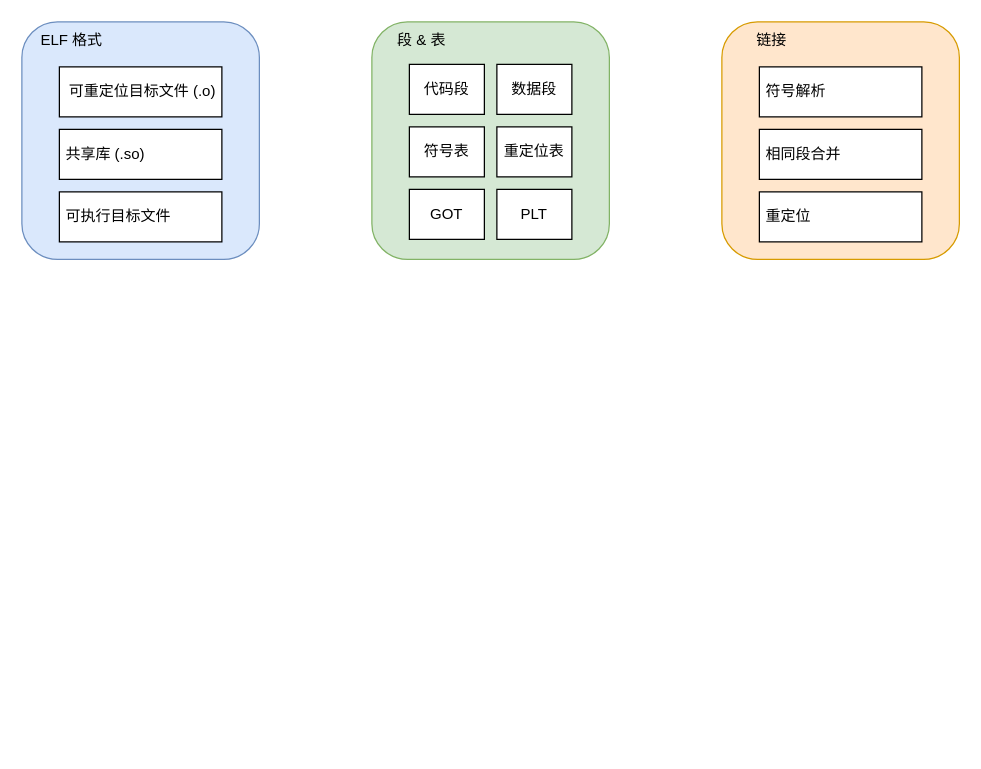
The draw.io diagram elf_learning.drawio in ZiqingYip/moment, before the edit. Source tidied: cells renumbered, new cells numbered last; positions are measured from the earlier drawing's top-left corner, leaving out a move shared by most shapes. Both pictures are drawn from the tidied source at 125%, with x=0, y=0 at pixel (21, 21).
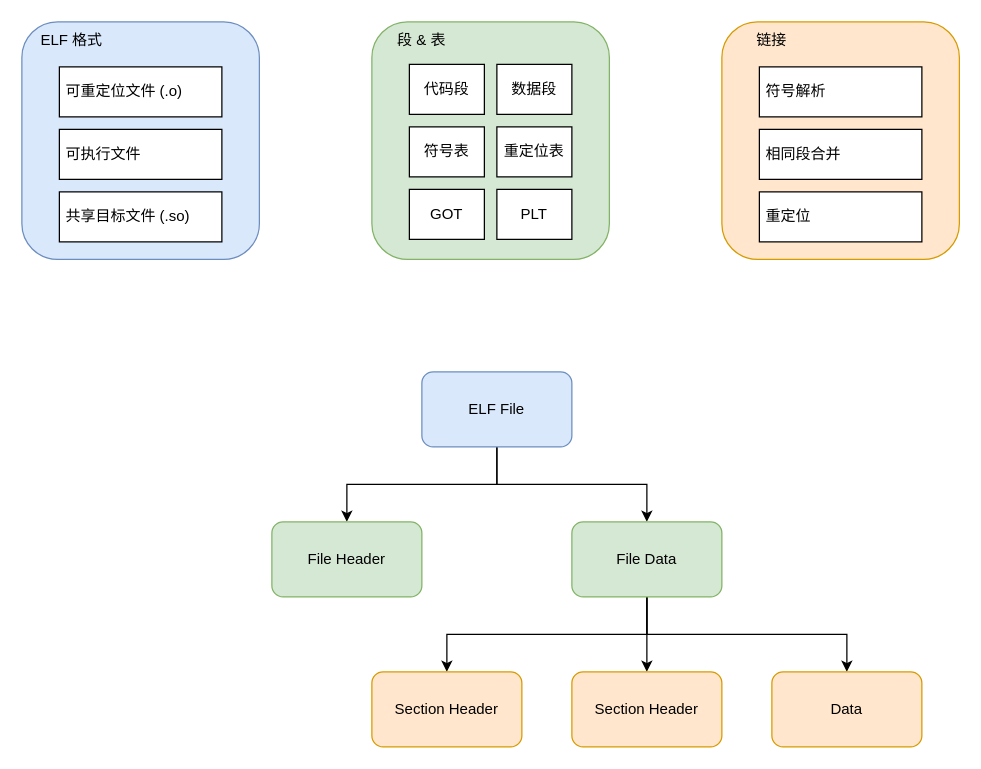
After the change.

Diff of the diagram source:
```diff
@@
-    <mxCell id="3" value="&amp;nbsp;可重定位目标文件 (.o)" style="rounded=0;whiteSpace=wrap;html=1;" parent="1" vertex="1">
+    <mxCell id="3" value="&amp;nbsp;可重定位文件 (.o)" style="rounded=0;whiteSpace=wrap;html=1;align=left;" parent="1" vertex="1">
       <mxGeometry x="30" y="36" width="130" height="40" as="geometry" />
     </mxCell>
-    <mxCell id="4" value="&amp;nbsp;共享库 (.so)" style="rounded=0;whiteSpace=wrap;html=1;align=left;" parent="1" vertex="1">
+    <mxCell id="4" value="&amp;nbsp;可执行文件" style="rounded=0;whiteSpace=wrap;html=1;align=left;" parent="1" vertex="1">
       <mxGeometry x="30" y="86" width="130" height="40" as="geometry" />
     </mxCell>
-    <mxCell id="5" value="&amp;nbsp;可执行目标文件" style="rounded=0;whiteSpace=wrap;html=1;align=left;" parent="1" vertex="1">
+    <mxCell id="5" value="&amp;nbsp;共享目标文件 (.so)" style="rounded=0;whiteSpace=wrap;html=1;align=left;" parent="1" vertex="1">
       <mxGeometry x="30" y="136" width="130" height="40" as="geometry" />
     </mxCell>
@@
+    <mxCell id="20" style="edgeStyle=orthogonalEdgeStyle;rounded=0;jettySize=auto;html=1;exitX=0.5;exitY=1;exitDx=0;exitDy=0;" parent="1" edge="1" source="22" target="23">
+      <mxGeometry relative="1" as="geometry" />
+    </mxCell>
+    <mxCell id="21" style="edgeStyle=orthogonalEdgeStyle;rounded=0;jettySize=auto;html=1;exitX=0.5;exitY=1;exitDx=0;exitDy=0;" parent="1" edge="1" source="22" target="27">
+      <mxGeometry relative="1" as="geometry" />
+    </mxCell>
+    <mxCell id="22" value="ELF File" style="rounded=1;whiteSpace=wrap;html=1;fillColor=#dae8fc;strokeColor=#6c8ebf;" parent="1" vertex="1">
+      <mxGeometry x="320" y="280" width="120" height="60" as="geometry" />
+    </mxCell>
+    <mxCell id="23" value="File Header" style="rounded=1;whiteSpace=wrap;html=1;fillColor=#d5e8d4;strokeColor=#82b366;" parent="1" vertex="1">
+      <mxGeometry x="200" y="400" width="120" height="60" as="geometry" />
+    </mxCell>
+    <mxCell id="24" style="edgeStyle=orthogonalEdgeStyle;rounded=0;jettySize=auto;html=1;exitX=0.5;exitY=1;exitDx=0;exitDy=0;entryX=0.5;entryY=0;entryDx=0;entryDy=0;" parent="1" edge="1" source="27" target="29">
+      <mxGeometry relative="1" as="geometry" />
+    </mxCell>
+    <mxCell id="25" style="edgeStyle=orthogonalEdgeStyle;rounded=0;jettySize=auto;html=1;exitX=0.5;exitY=1;exitDx=0;exitDy=0;" parent="1" edge="1" source="27" target="28">
+      <mxGeometry relative="1" as="geometry" />
+    </mxCell>
+    <mxCell id="26" style="edgeStyle=orthogonalEdgeStyle;rounded=0;jettySize=auto;html=1;exitX=0.5;exitY=1;exitDx=0;exitDy=0;entryX=0.5;entryY=0;entryDx=0;entryDy=0;" parent="1" edge="1" source="27" target="30">
+      <mxGeometry relative="1" as="geometry" />
+    </mxCell>
+    <mxCell id="27" value="File Data" style="rounded=1;whiteSpace=wrap;html=1;fillColor=#d5e8d4;strokeColor=#82b366;" parent="1" vertex="1">
+      <mxGeometry x="440" y="400" width="120" height="60" as="geometry" />
+    </mxCell>
+    <mxCell id="28" value="Section Header" style="rounded=1;whiteSpace=wrap;html=1;fillColor=#ffe6cc;strokeColor=#d79b00;" parent="1" vertex="1">
+      <mxGeometry x="280" y="520" width="120" height="60" as="geometry" />
+    </mxCell>
+    <mxCell id="29" value="Section Header" style="rounded=1;whiteSpace=wrap;html=1;fillColor=#ffe6cc;strokeColor=#d79b00;" parent="1" vertex="1">
+      <mxGeometry x="440" y="520" width="120" height="60" as="geometry" />
+    </mxCell>
+    <mxCell id="30" value="Data" style="rounded=1;whiteSpace=wrap;html=1;fillColor=#ffe6cc;strokeColor=#d79b00;" parent="1" vertex="1">
+      <mxGeometry x="600" y="520" width="120" height="60" as="geometry" />
+    </mxCell>
```
